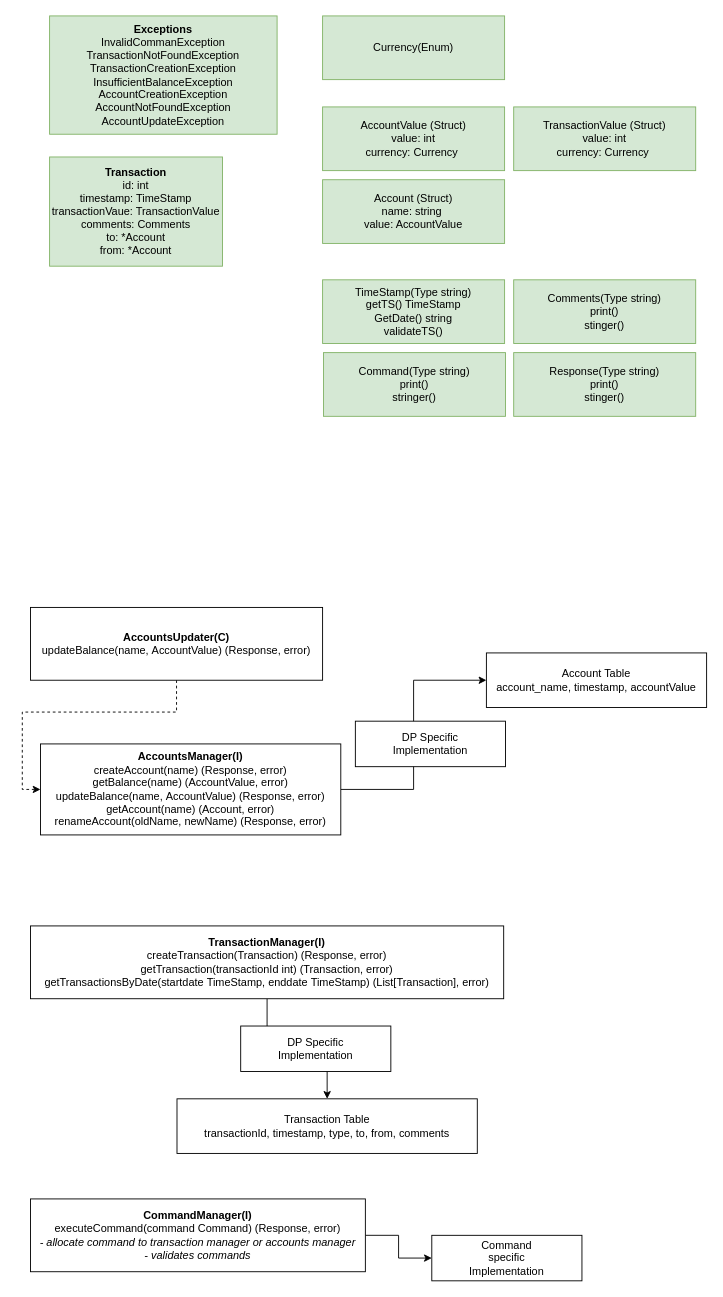
Above: page "LLD" (2 of 3) of architecture/personal_finance_utility.drawio in pogo420/persofin (draw.io), before the change. Source tidied: cells renumbered, new cells numbered last; positions are measured from the earlier drawing's top-left corner, leaving out a move shared by most shapes. Both pictures are drawn from the tidied source at 91%, with x=0, y=0 at pixel (30, 15).
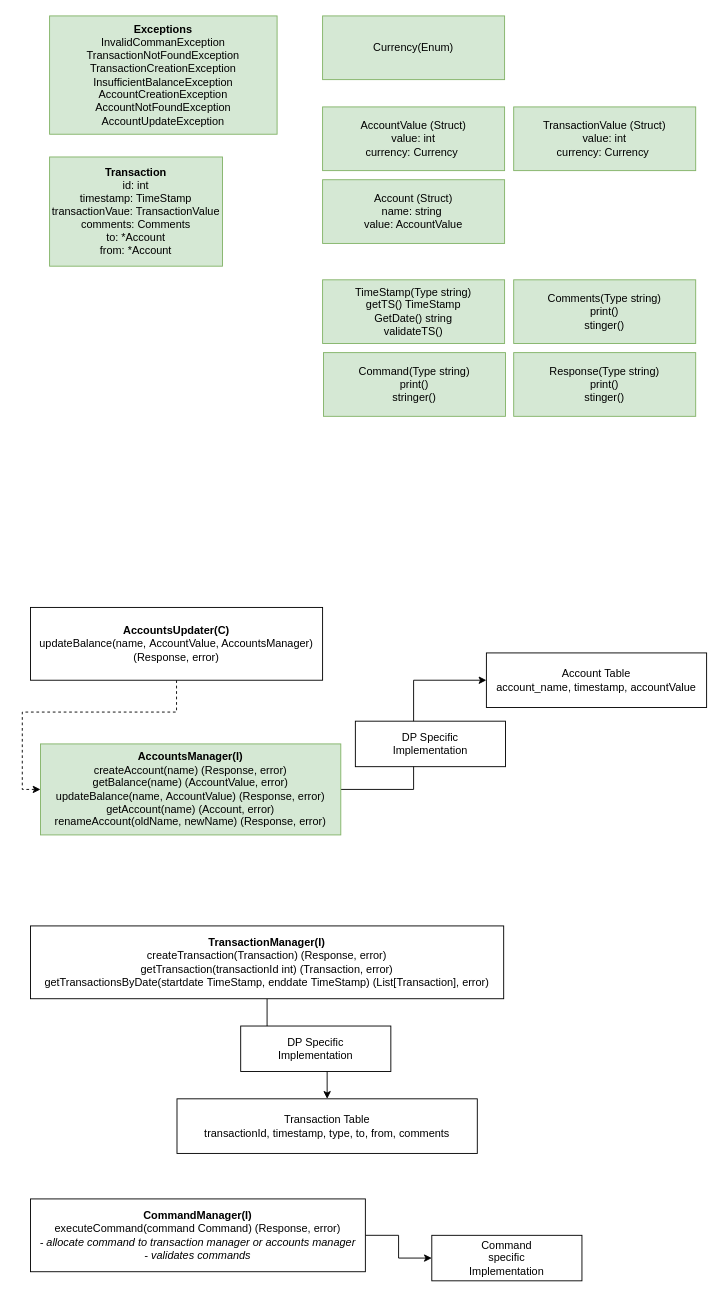
The same page after the edit.

Commit message (it also covers changes not shown here):
AccountManager interface addition

Change to the diagram source:
```diff
@@
-    <mxCell id="9" value="&lt;b&gt;AccountsManager(I)&lt;br&gt;&lt;/b&gt;createAccount(name) (Response, error)&lt;br&gt;getBalance(name) (AccountValue, error)&lt;br&gt;updateBalance(name,&amp;nbsp;AccountValue) (Response, error)&lt;br&gt;getAccount(name) (Account, error)&lt;br&gt;renameAccount(oldName, newName) (Response, error)" style="rounded=0;whiteSpace=wrap;html=1;" parent="1" vertex="1">
+    <mxCell id="9" value="&lt;b&gt;AccountsManager(I)&lt;br&gt;&lt;/b&gt;createAccount(name) (Response, error)&lt;br&gt;getBalance(name) (AccountValue, error)&lt;br&gt;updateBalance(name,&amp;nbsp;AccountValue) (Response, error)&lt;br&gt;getAccount(name) (Account, error)&lt;br&gt;renameAccount(oldName, newName) (Response, error)" style="rounded=0;whiteSpace=wrap;html=1;fillColor=#d5e8d4;strokeColor=#82b366;" parent="1" vertex="1">
       <mxGeometry x="11" y="800" width="330" height="100" as="geometry" />
     </mxCell>
@@
-    <mxCell id="16" value="&lt;b&gt;AccountsUpdater(C)&lt;/b&gt;&lt;br&gt;updateBalance(name,&amp;nbsp;AccountValue) (Response, error)" style="rounded=0;whiteSpace=wrap;html=1;" parent="1" vertex="1">
+    <mxCell id="16" value="&lt;b&gt;AccountsUpdater(C)&lt;/b&gt;&lt;br&gt;updateBalance(name,&amp;nbsp;AccountValue, AccountsManager) (Response, error)" style="rounded=0;whiteSpace=wrap;html=1;" parent="1" vertex="1">
       <mxGeometry y="650" width="321" height="80" as="geometry" />
     </mxCell>
```
